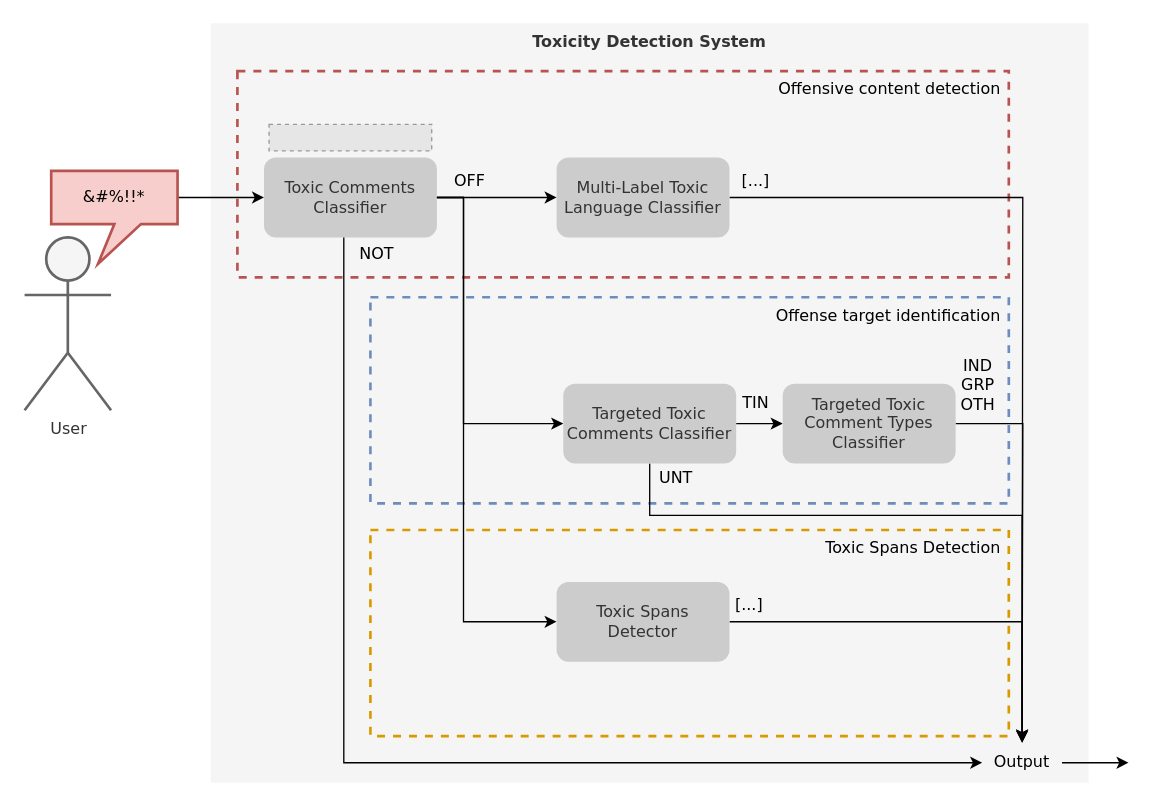
Before: page "toxicity-system" (4 of 4) of docs/diagrams/diagrams.drawio in DougTrajano/ToChiquinho, a draw.io diagram. Source tidied: cells renumbered, new cells numbered last; positions are measured from the earlier drawing's top-left corner, leaving out a move shared by most shapes. Both pictures are drawn from the tidied source at 133%, with x=0, y=0 at pixel (24, 23). Pictures stored in the file or linked from it are replaced by grey dashed boxes.
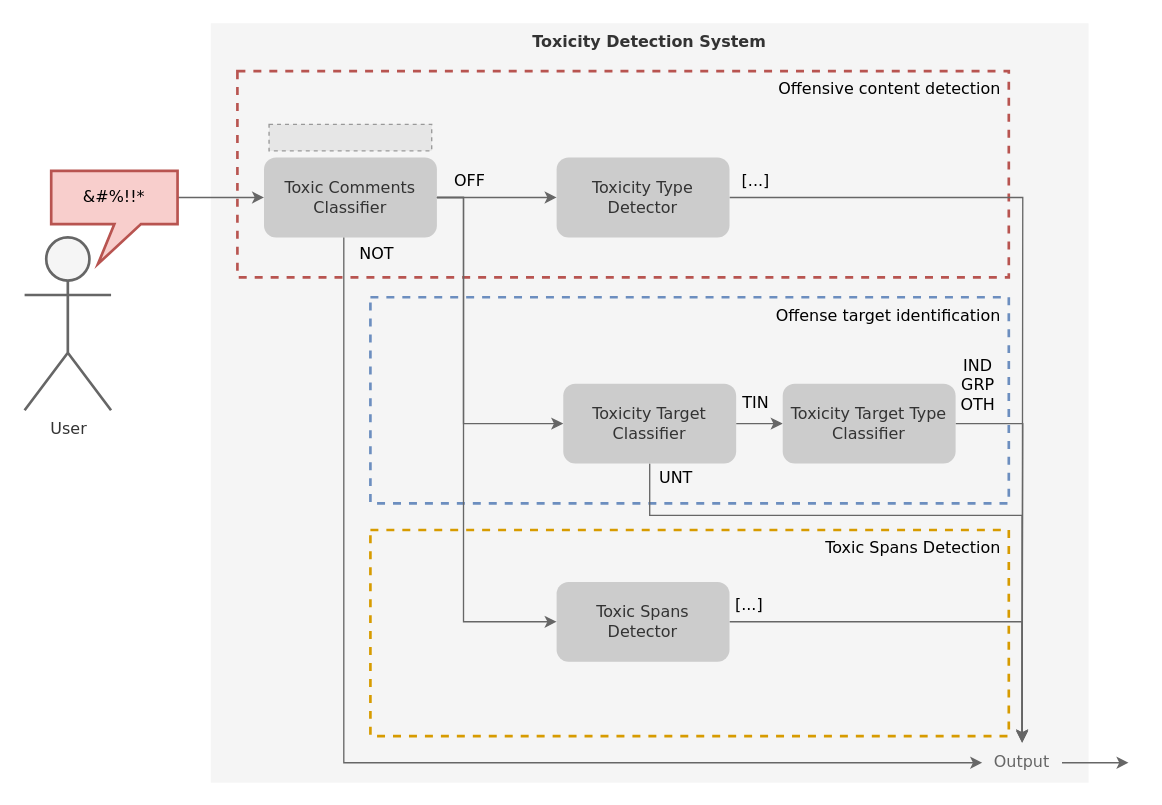
The same page after the edit.

Commit message (it also covers changes not shown here):
Update toxicity types

Unchanged cells that the change refers to:
```xml
<mxCell id="6" value="Toxic Comments Classifier" style="rounded=1;whiteSpace=wrap;html=1;fontFamily=Verdana;fillColor=#CCCCCC;strokeColor=none;fontColor=#333333;" parent="5" vertex="1">
  <mxGeometry width="130" height="60" as="geometry" />
</mxCell>
<mxCell id="17" value="&amp;amp;#%!!*" style="shape=callout;whiteSpace=wrap;html=1;perimeter=calloutPerimeter;fontFamily=Verdana;strokeColor=#b85450;strokeWidth=2;fillColor=#f8cecc;position2=0.37;" parent="1" vertex="1">
  <mxGeometry x="20" y="111" width="95" height="70" as="geometry" />
</mxCell>
<mxCell id="22" value="Toxic Spans&lt;br&gt;Detector" style="rounded=1;whiteSpace=wrap;html=1;fontFamily=Verdana;fillColor=#CCCCCC;strokeColor=none;fontColor=#333333;" parent="1" vertex="1">
  <mxGeometry x="400" y="420" width="130" height="60" as="geometry" />
</mxCell>
```

Diff of the diagram source:
```diff
@@
-    <mxCell id="7" style="edgeStyle=orthogonalEdgeStyle;rounded=0;jettySize=auto;html=1;fontFamily=Verdana;" parent="1" edge="1" source="8">
+    <mxCell id="7" style="edgeStyle=orthogonalEdgeStyle;rounded=0;jettySize=auto;html=1;fontFamily=Verdana;fillColor=#f5f5f5;strokeColor=#666666;" parent="1" edge="1" source="8">
       <mxGeometry relative="1" as="geometry">
         <mxPoint x="750" y="540" as="targetPoint" />
       </mxGeometry>
     </mxCell>
-    <mxCell id="8" value="Multi-Label Toxic Language Classifier" style="rounded=1;whiteSpace=wrap;html=1;fontFamily=Verdana;fillColor=#CCCCCC;strokeColor=none;fontColor=#333333;" parent="1" vertex="1">
+    <mxCell id="8" value="Toxicity Type Detector" style="rounded=1;whiteSpace=wrap;html=1;fontFamily=Verdana;fillColor=#CCCCCC;strokeColor=none;fontColor=#333333;" parent="1" vertex="1">
       <mxGeometry x="400" y="101" width="130" height="60" as="geometry" />
     </mxCell>
-    <mxCell id="9" style="edgeStyle=orthogonalEdgeStyle;rounded=0;jettySize=auto;html=1;fontFamily=Verdana;" parent="1" edge="1" source="11" target="13">
+    <mxCell id="9" style="edgeStyle=orthogonalEdgeStyle;rounded=0;jettySize=auto;html=1;fontFamily=Verdana;fillColor=#f5f5f5;strokeColor=#666666;" parent="1" edge="1" source="11" target="13">
       <mxGeometry relative="1" as="geometry" />
     </mxCell>
-    <mxCell id="10" style="edgeStyle=orthogonalEdgeStyle;rounded=0;jettySize=auto;html=1;entryX=0.5;entryY=0;entryDx=0;entryDy=0;fontFamily=Verdana;" parent="1" edge="1" source="11" target="25">
+    <mxCell id="10" style="edgeStyle=orthogonalEdgeStyle;rounded=0;jettySize=auto;html=1;entryX=0.5;entryY=0;entryDx=0;entryDy=0;fontFamily=Verdana;fillColor=#f5f5f5;strokeColor=#666666;" parent="1" edge="1" source="11" target="25">
       <mxGeometry relative="1" as="geometry">
         <Array as="points">
           <mxPoint x="470" y="370" />
           <mxPoint x="750" y="370" />
         </Array>
       </mxGeometry>
     </mxCell>
-    <mxCell id="11" value="Targeted Toxic Comments Classifier" style="rounded=1;whiteSpace=wrap;html=1;fontFamily=Verdana;fillColor=#CCCCCC;strokeColor=none;fontColor=#333333;" parent="1" vertex="1">
+    <mxCell id="11" value="Toxicity Target Classifier" style="rounded=1;whiteSpace=wrap;html=1;fontFamily=Verdana;fillColor=#CCCCCC;strokeColor=none;fontColor=#333333;" parent="1" vertex="1">
       <mxGeometry x="405" y="271" width="130" height="60" as="geometry" />
     </mxCell>
-    <mxCell id="12" style="edgeStyle=orthogonalEdgeStyle;rounded=0;jettySize=auto;html=1;fontFamily=Verdana;" parent="1" edge="1" source="13">
+    <mxCell id="12" style="edgeStyle=orthogonalEdgeStyle;rounded=0;jettySize=auto;html=1;fontFamily=Verdana;fillColor=#f5f5f5;strokeColor=#666666;" parent="1" edge="1" source="13">
       <mxGeometry relative="1" as="geometry">
         <mxPoint x="750" y="540" as="targetPoint" />
       </mxGeometry>
     </mxCell>
-    <mxCell id="13" value="Targeted Toxic Comment Types Classifier" style="rounded=1;whiteSpace=wrap;html=1;fontFamily=Verdana;fillColor=#CCCCCC;strokeColor=none;fontColor=#333333;" parent="1" vertex="1">
+    <mxCell id="13" value="Toxicity Target Type Classifier" style="rounded=1;whiteSpace=wrap;html=1;fontFamily=Verdana;fillColor=#CCCCCC;strokeColor=none;fontColor=#333333;" parent="1" vertex="1">
       <mxGeometry x="570" y="271" width="130" height="60" as="geometry" />
     </mxCell>
@@
-    <mxCell id="16" style="edgeStyle=orthogonalEdgeStyle;rounded=0;jettySize=auto;html=1;exitX=0;exitY=0;exitDx=95;exitDy=20;exitPerimeter=0;fontFamily=Verdana;" parent="1" edge="1" source="17" target="6">
+    <mxCell id="16" style="edgeStyle=orthogonalEdgeStyle;rounded=0;jettySize=auto;html=1;exitX=0;exitY=0;exitDx=95;exitDy=20;exitPerimeter=0;fontFamily=Verdana;fillColor=#f5f5f5;strokeColor=#666666;" parent="1" edge="1" source="17" target="6">
       <mxGeometry relative="1" as="geometry" />
     </mxCell>
@@
-    <mxCell id="18" style="edgeStyle=orthogonalEdgeStyle;rounded=0;jettySize=auto;html=1;fontFamily=Verdana;" parent="1" edge="1" source="6" target="8">
+    <mxCell id="18" style="edgeStyle=orthogonalEdgeStyle;rounded=0;jettySize=auto;html=1;fontFamily=Verdana;fillColor=#f5f5f5;strokeColor=#666666;" parent="1" edge="1" source="6" target="8">
       <mxGeometry relative="1" as="geometry" />
     </mxCell>
@@
-    <mxCell id="20" style="edgeStyle=orthogonalEdgeStyle;rounded=0;jettySize=auto;html=1;entryX=0;entryY=0.5;entryDx=0;entryDy=0;fontFamily=Verdana;" parent="1" edge="1" source="6" target="11">
+    <mxCell id="20" style="edgeStyle=orthogonalEdgeStyle;rounded=0;jettySize=auto;html=1;entryX=0;entryY=0.5;entryDx=0;entryDy=0;fontFamily=Verdana;fillColor=#f5f5f5;strokeColor=#666666;" parent="1" edge="1" source="6" target="11">
       <mxGeometry relative="1" as="geometry">
         <Array as="points">
           <mxPoint x="330" y="131" />
           <mxPoint x="330" y="301" />
         </Array>
       </mxGeometry>
     </mxCell>
-    <mxCell id="21" style="edgeStyle=orthogonalEdgeStyle;rounded=0;jettySize=auto;html=1;entryX=0.5;entryY=0;entryDx=0;entryDy=0;fontFamily=Verdana;" parent="1" edge="1" source="22" target="25">
+    <mxCell id="21" style="edgeStyle=orthogonalEdgeStyle;rounded=0;jettySize=auto;html=1;entryX=0.5;entryY=0;entryDx=0;entryDy=0;fontFamily=Verdana;fillColor=#f5f5f5;strokeColor=#666666;" parent="1" edge="1" source="22" target="25">
       <mxGeometry relative="1" as="geometry" />
     </mxCell>
@@
-    <mxCell id="23" style="edgeStyle=orthogonalEdgeStyle;rounded=0;jettySize=auto;html=1;entryX=0;entryY=0.5;entryDx=0;entryDy=0;fontFamily=Verdana;" parent="1" edge="1" source="6" target="22">
+    <mxCell id="23" style="edgeStyle=orthogonalEdgeStyle;rounded=0;jettySize=auto;html=1;entryX=0;entryY=0.5;entryDx=0;entryDy=0;fontFamily=Verdana;fillColor=#f5f5f5;strokeColor=#666666;" parent="1" edge="1" source="6" target="22">
       <mxGeometry relative="1" as="geometry">
         <Array as="points">
           <mxPoint x="330" y="131" />
           <mxPoint x="330" y="450" />
         </Array>
       </mxGeometry>
     </mxCell>
-    <mxCell id="24" style="edgeStyle=orthogonalEdgeStyle;rounded=0;jettySize=auto;html=1;fontFamily=Verdana;" parent="1" edge="1" source="25">
+    <mxCell id="24" style="edgeStyle=orthogonalEdgeStyle;rounded=0;jettySize=auto;html=1;fontFamily=Verdana;fillColor=#f5f5f5;strokeColor=#666666;" parent="1" edge="1" source="25">
       <mxGeometry relative="1" as="geometry">
         <mxPoint x="830" y="556" as="targetPoint" />
       </mxGeometry>
     </mxCell>
-    <mxCell id="25" value="Output" style="text;html=1;strokeColor=none;fillColor=none;align=center;verticalAlign=middle;whiteSpace=wrap;rounded=0;fontFamily=Verdana;" parent="1" vertex="1">
+    <mxCell id="25" value="Output" style="text;html=1;strokeColor=none;fillColor=none;align=center;verticalAlign=middle;whiteSpace=wrap;rounded=0;fontFamily=Verdana;fontColor=#666666;" parent="1" vertex="1">
       <mxGeometry x="720" y="541" width="60" height="30" as="geometry" />
     </mxCell>
-    <mxCell id="26" style="edgeStyle=orthogonalEdgeStyle;rounded=0;jettySize=auto;html=1;entryX=0;entryY=0.5;entryDx=0;entryDy=0;fontFamily=Verdana;" parent="1" edge="1" source="6" target="25">
+    <mxCell id="26" style="edgeStyle=orthogonalEdgeStyle;rounded=0;jettySize=auto;html=1;entryX=0;entryY=0.5;entryDx=0;entryDy=0;fontFamily=Verdana;fillColor=#f5f5f5;strokeColor=#666666;" parent="1" edge="1" source="6" target="25">
       <mxGeometry relative="1" as="geometry">
         <Array as="points">
           <mxPoint x="240" y="556" />
         </Array>
       </mxGeometry>
     </mxCell>
```
